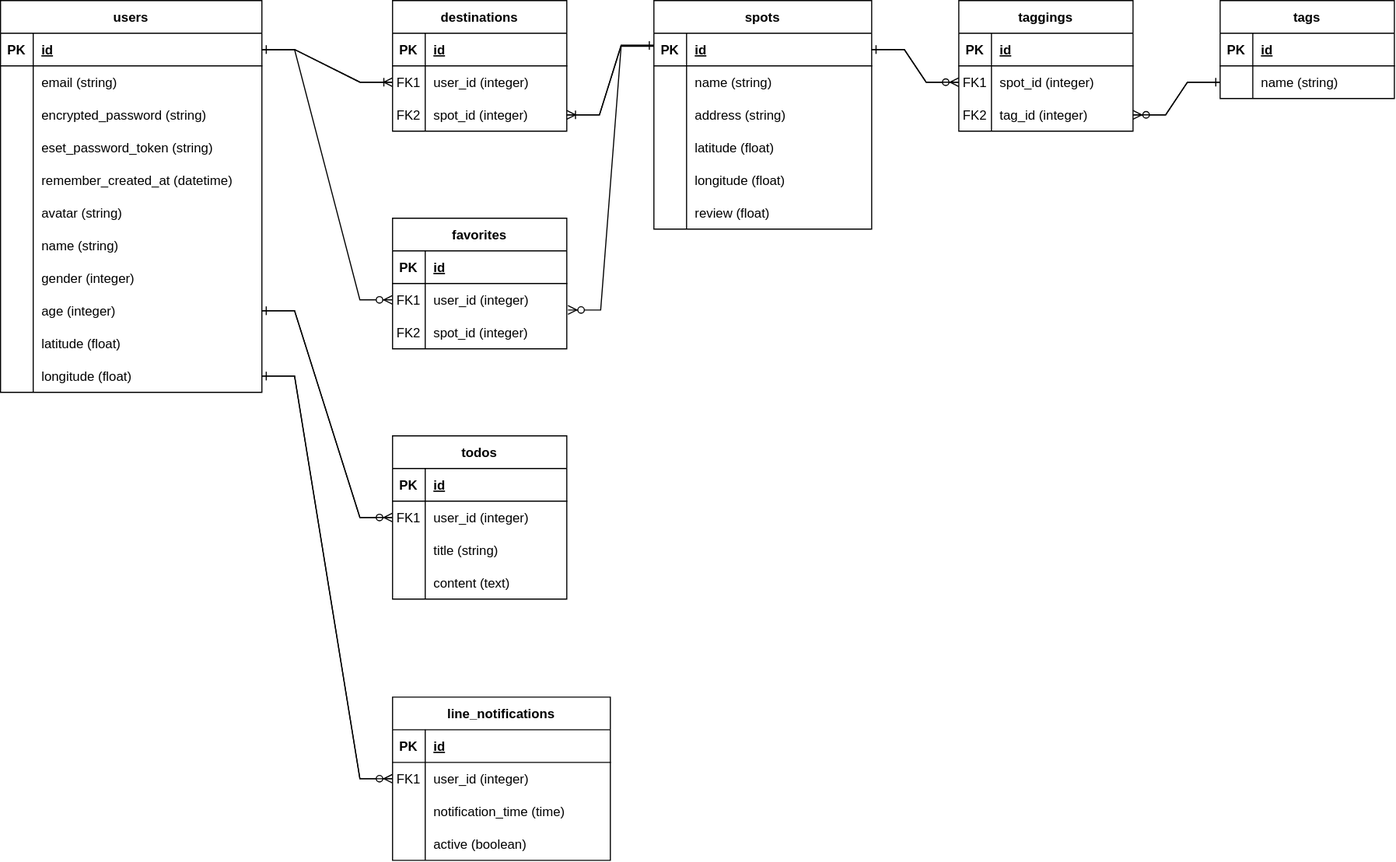
This is ER_diagram.drawio.svg from yu70-m5d/free-time-navigator, a draw.io export, as it was before one commit. Source tidied: cells renumbered, new cells last; positions are measured from the earlier drawing's top-left corner, leaving out a move shared by most shapes.
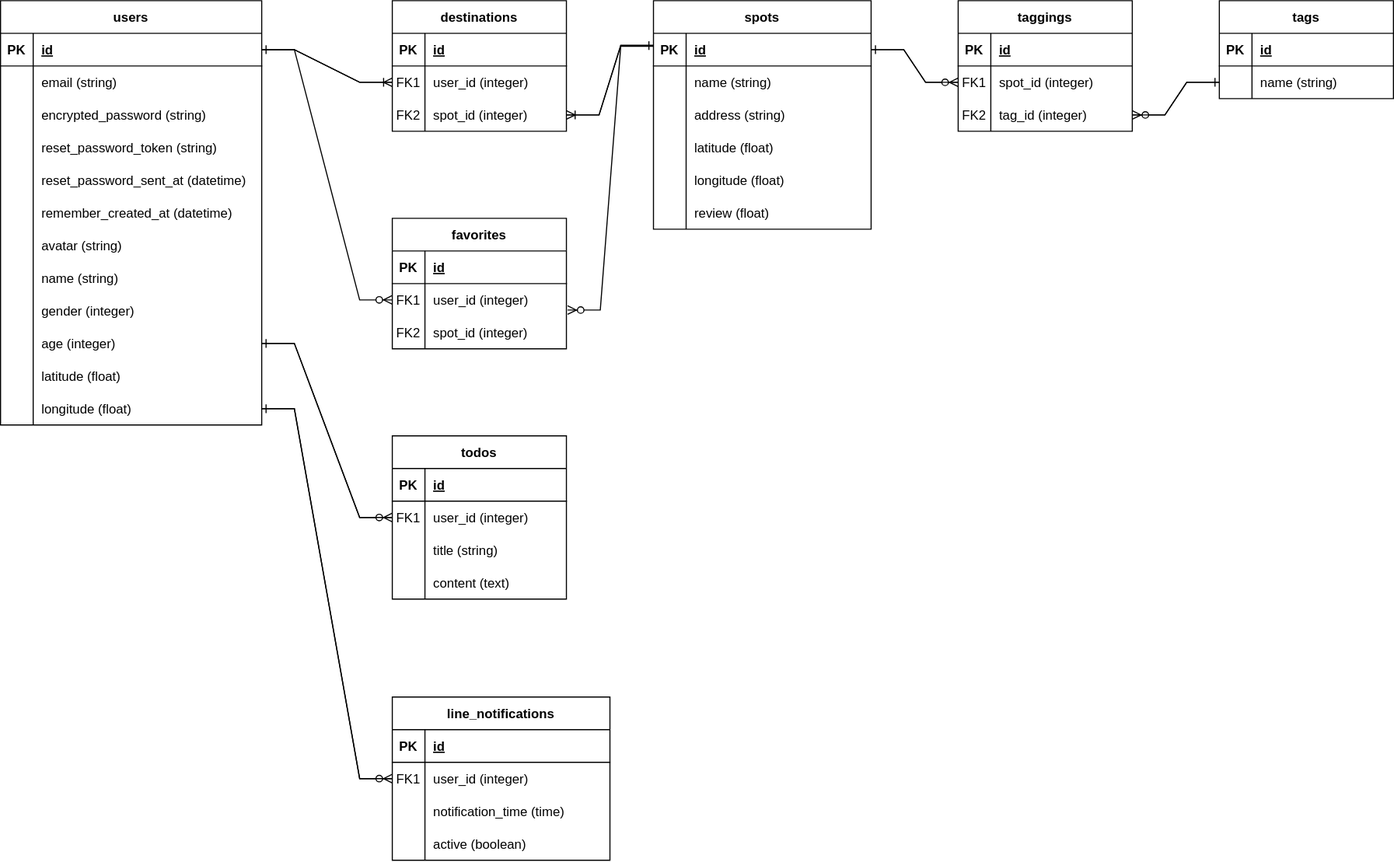
After the commit.

Commit message:
ER図：カラム追加

Diff of the diagram source:
```diff
@@ -90,7 +90,7 @@
       <mxGeometry x="30" width="130" height="30" as="geometry" />
     </mxCell>
     <mxCell id="31" value="users" style="shape=table;startSize=30;rowLines=0;fontStyle=1;align=center;" parent="1" vertex="1">
-      <mxGeometry width="240" height="360" as="geometry" />
+      <mxGeometry width="240" height="390" as="geometry" />
     </mxCell>
     <mxCell id="32" style="shape=partialRectangle;fillColor=none;points=[[0,0.5],[1,0.5]];portConstraint=eastwest;top=0;left=0;right=0;bottom=1;" parent="31" vertex="1">
       <mxGeometry y="30" width="240" height="30" as="geometry" />
@@ -125,11 +125,20 @@
     <mxCell id="42" style="shape=partialRectangle;overflow=hidden;fillColor=none;top=0;left=0;bottom=0;right=0;" parent="41" vertex="1">
       <mxGeometry width="30" height="30" as="geometry" />
     </mxCell>
-    <mxCell id="43" value="eset_password_token (string)" style="shape=partialRectangle;overflow=hidden;fillColor=none;top=0;left=0;bottom=0;right=0;align=left;spacingLeft=6;" parent="41" vertex="1">
+    <mxCell id="43" value="reset_password_token (string)" style="shape=partialRectangle;overflow=hidden;fillColor=none;top=0;left=0;bottom=0;right=0;align=left;spacingLeft=6;" parent="41" vertex="1">
       <mxGeometry x="30" width="210" height="30" as="geometry" />
     </mxCell>
+    <mxCell id="132" style="shape=partialRectangle;fillColor=none;top=0;left=0;right=0;bottom=0;" parent="31" vertex="1">
+      <mxGeometry y="150" width="240" height="30" as="geometry" />
+    </mxCell>
+    <mxCell id="133" style="shape=partialRectangle;overflow=hidden;fillColor=none;top=0;left=0;bottom=0;right=0;" parent="132" vertex="1">
+      <mxGeometry width="30" height="30" as="geometry" />
+    </mxCell>
+    <mxCell id="134" value="reset_password_sent_at (datetime)" style="shape=partialRectangle;overflow=hidden;fillColor=none;top=0;left=0;bottom=0;right=0;align=left;spacingLeft=6;" parent="132" vertex="1">
+      <mxGeometry x="30" width="210" height="30" as="geometry" />
+    </mxCell>
     <mxCell id="44" style="shape=partialRectangle;fillColor=none;top=0;left=0;right=0;bottom=0;" parent="31" vertex="1">
-      <mxGeometry y="150" width="240" height="30" as="geometry" />
+      <mxGeometry y="180" width="240" height="30" as="geometry" />
     </mxCell>
     <mxCell id="45" style="shape=partialRectangle;overflow=hidden;fillColor=none;top=0;left=0;bottom=0;right=0;" parent="44" vertex="1">
       <mxGeometry width="30" height="30" as="geometry" />
@@ -138,7 +147,7 @@
       <mxGeometry x="30" width="210" height="30" as="geometry" />
     </mxCell>
     <mxCell id="47" style="shape=partialRectangle;fillColor=none;top=0;left=0;right=0;bottom=0;" parent="31" vertex="1">
-      <mxGeometry y="180" width="240" height="30" as="geometry" />
+      <mxGeometry y="210" width="240" height="30" as="geometry" />
     </mxCell>
     <mxCell id="48" style="shape=partialRectangle;overflow=hidden;fillColor=none;top=0;left=0;bottom=0;right=0;" parent="47" vertex="1">
       <mxGeometry width="30" height="30" as="geometry" />
@@ -147,7 +156,7 @@
       <mxGeometry x="30" width="210" height="30" as="geometry" />
     </mxCell>
     <mxCell id="50" style="shape=partialRectangle;fillColor=none;top=0;left=0;right=0;bottom=0;" parent="31" vertex="1">
-      <mxGeometry y="210" width="240" height="30" as="geometry" />
+      <mxGeometry y="240" width="240" height="30" as="geometry" />
     </mxCell>
     <mxCell id="51" style="shape=partialRectangle;overflow=hidden;fillColor=none;top=0;left=0;bottom=0;right=0;" parent="50" vertex="1">
       <mxGeometry width="30" height="30" as="geometry" />
@@ -156,7 +165,7 @@
       <mxGeometry x="30" width="210" height="30" as="geometry" />
     </mxCell>
     <mxCell id="53" style="shape=partialRectangle;fillColor=none;top=0;left=0;right=0;bottom=0;" parent="31" vertex="1">
-      <mxGeometry y="240" width="240" height="30" as="geometry" />
+      <mxGeometry y="270" width="240" height="30" as="geometry" />
     </mxCell>
     <mxCell id="54" style="shape=partialRectangle;overflow=hidden;fillColor=none;top=0;left=0;bottom=0;right=0;" parent="53" vertex="1">
       <mxGeometry width="30" height="30" as="geometry" />
@@ -165,7 +174,7 @@
       <mxGeometry x="30" width="210" height="30" as="geometry" />
     </mxCell>
     <mxCell id="56" style="shape=partialRectangle;fillColor=none;points=[[0,0.5],[1,0.5]];portConstraint=eastwest;top=0;left=0;right=0;bottom=0;" parent="31" vertex="1">
-      <mxGeometry y="270" width="240" height="30" as="geometry" />
+      <mxGeometry y="300" width="240" height="30" as="geometry" />
     </mxCell>
     <mxCell id="57" style="shape=partialRectangle;overflow=hidden;fillColor=none;top=0;left=0;bottom=0;right=0;" parent="56" vertex="1">
       <mxGeometry width="30" height="30" as="geometry" />
@@ -174,7 +183,7 @@
       <mxGeometry x="30" width="210" height="30" as="geometry" />
     </mxCell>
     <mxCell id="59" style="shape=partialRectangle;fillColor=none;top=0;left=0;right=0;bottom=0;" parent="31" vertex="1">
-      <mxGeometry y="300" width="240" height="30" as="geometry" />
+      <mxGeometry y="330" width="240" height="30" as="geometry" />
     </mxCell>
     <mxCell id="60" style="shape=partialRectangle;overflow=hidden;fillColor=none;top=0;left=0;bottom=0;right=0;" parent="59" vertex="1">
       <mxGeometry width="30" height="30" as="geometry" />
@@ -183,7 +192,7 @@
       <mxGeometry x="30" width="210" height="30" as="geometry" />
     </mxCell>
     <mxCell id="62" style="shape=partialRectangle;fillColor=none;points=[[0,0.5],[1,0.5]];portConstraint=eastwest;top=0;left=0;right=0;bottom=0;" parent="31" vertex="1">
-      <mxGeometry y="330" width="240" height="30" as="geometry" />
+      <mxGeometry y="360" width="240" height="30" as="geometry" />
     </mxCell>
     <mxCell id="63" style="shape=partialRectangle;overflow=hidden;fillColor=none;top=0;left=0;bottom=0;right=0;" parent="62" vertex="1">
       <mxGeometry width="30" height="30" as="geometry" />
```
